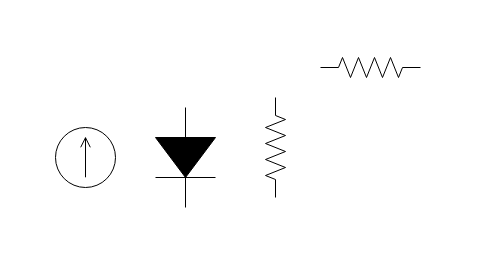
The draw.io diagram pv_eqv_ckt.drawio in imrashmi/draw.io, before the edit. Source tidied: cells renumbered, new cells numbered last; positions are measured from the earlier drawing's top-left corner, leaving out a move shared by most shapes. Both pictures are drawn from the tidied source at 100%, with x=0, y=0 at pixel (55, 57). Pictures stored in the file or linked from it are replaced by grey dashed boxes.
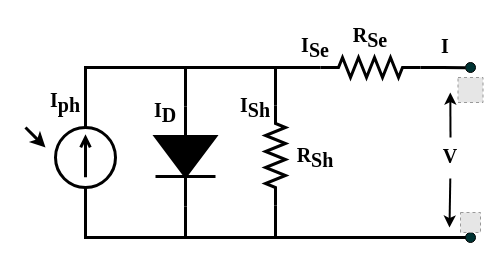
The same page after the edit.

Diff of the diagram source:
```diff
@@
+    <mxCell id="6" style="edgeStyle=orthogonalEdgeStyle;rounded=0;jettySize=auto;html=1;exitX=1;exitY=0.5;exitDx=0;exitDy=0;exitPerimeter=0;endArrow=none;endFill=0;strokeWidth=3;fontSize=20;" parent="1" edge="1" source="2">
+      <mxGeometry relative="1" as="geometry">
+        <mxPoint x="410" y="10.2" as="targetPoint" />
+      </mxGeometry>
+    </mxCell>
-    <mxCell id="2" style="verticalLabelPosition=bottom;shadow=0;dashed=0;align=center;html=1;verticalAlign=top;shape=mxgraph.electrical.resistors.resistor_2;" parent="1" vertex="1">
+    <mxCell id="2" style="verticalLabelPosition=bottom;shadow=0;dashed=0;align=center;html=1;verticalAlign=top;shape=mxgraph.electrical.resistors.resistor_2;strokeWidth=3;fontSize=20;" parent="1" vertex="1">
       <mxGeometry x="265" width="100" height="20" as="geometry" />
     </mxCell>
+    <mxCell id="7" style="edgeStyle=orthogonalEdgeStyle;rounded=0;jettySize=auto;html=1;exitX=0;exitY=0.5;exitDx=0;exitDy=0;exitPerimeter=0;endArrow=none;endFill=0;strokeWidth=3;fontSize=20;" parent="1" edge="1" source="3">
+      <mxGeometry relative="1" as="geometry">
+        <mxPoint x="220" y="10" as="targetPoint" />
+      </mxGeometry>
+    </mxCell>
+    <mxCell id="8" style="edgeStyle=orthogonalEdgeStyle;rounded=0;jettySize=auto;html=1;exitX=1;exitY=0.5;exitDx=0;exitDy=0;exitPerimeter=0;endArrow=none;endFill=0;strokeWidth=3;fontSize=20;" parent="1" edge="1" source="3">
+      <mxGeometry relative="1" as="geometry">
+        <mxPoint x="220" y="180" as="targetPoint" />
+      </mxGeometry>
+    </mxCell>
-    <mxCell id="3" style="verticalLabelPosition=bottom;shadow=0;dashed=0;align=center;html=1;verticalAlign=top;shape=mxgraph.electrical.resistors.resistor_2;direction=south;" parent="1" vertex="1">
-      <mxGeometry x="210" y="40" width="20" height="100" as="geometry" />
+    <mxCell id="3" style="verticalLabelPosition=bottom;shadow=0;dashed=0;align=center;html=1;verticalAlign=top;shape=mxgraph.electrical.resistors.resistor_2;direction=south;strokeWidth=3;fontSize=20;" parent="1" vertex="1">
+      <mxGeometry x="210" y="48" width="20" height="100" as="geometry" />
     </mxCell>
+    <mxCell id="9" style="edgeStyle=orthogonalEdgeStyle;rounded=0;jettySize=auto;html=1;exitX=0;exitY=0.5;exitDx=0;exitDy=0;exitPerimeter=0;endArrow=none;endFill=0;startArrow=none;startFill=0;strokeWidth=3;fontSize=20;" parent="1" edge="1" source="4">
+      <mxGeometry relative="1" as="geometry">
+        <mxPoint x="130" y="10" as="targetPoint" />
+      </mxGeometry>
+    </mxCell>
+    <mxCell id="10" style="edgeStyle=orthogonalEdgeStyle;rounded=0;jettySize=auto;html=1;exitX=1;exitY=0.5;exitDx=0;exitDy=0;exitPerimeter=0;endArrow=none;endFill=0;strokeWidth=3;fontSize=20;" parent="1" edge="1" source="4">
+      <mxGeometry relative="1" as="geometry">
+        <mxPoint x="130" y="180" as="targetPoint" />
+      </mxGeometry>
+    </mxCell>
-    <mxCell id="4" style="fillColor=strokeColor;verticalLabelPosition=bottom;shadow=0;dashed=0;align=center;html=1;verticalAlign=top;shape=mxgraph.electrical.diodes.diode;direction=south;" parent="1" vertex="1">
-      <mxGeometry x="100" y="50" width="60" height="100" as="geometry" />
+    <mxCell id="4" style="fillColor=strokeColor;verticalLabelPosition=bottom;shadow=0;dashed=0;align=center;html=1;verticalAlign=top;shape=mxgraph.electrical.diodes.diode;direction=south;strokeWidth=3;fontSize=20;" parent="1" vertex="1">
+      <mxGeometry x="100" y="49" width="60" height="100" as="geometry" />
     </mxCell>
+    <mxCell id="11" style="edgeStyle=orthogonalEdgeStyle;rounded=0;jettySize=auto;html=1;exitX=0;exitY=0.5;exitDx=0;exitDy=0;exitPerimeter=0;endArrow=none;endFill=0;strokeWidth=3;fontSize=20;" parent="1" edge="1" source="5">
+      <mxGeometry relative="1" as="geometry">
+        <mxPoint x="411" y="180" as="targetPoint" />
+        <Array as="points">
+          <mxPoint x="30" y="180" />
+          <mxPoint x="411" y="180" />
+        </Array>
+      </mxGeometry>
+    </mxCell>
-    <mxCell id="5" style="verticalLabelPosition=bottom;shadow=0;dashed=0;align=center;html=1;verticalAlign=top;shape=mxgraph.electrical.signal_sources.source;points=[[0.5,0,0],[1,0.5,0],[0.5,1,0],[0,0.5,0]];elSignalType=dc1;direction=north;" parent="1" vertex="1">
+    <mxCell id="5" style="verticalLabelPosition=bottom;shadow=0;dashed=0;align=center;html=1;verticalAlign=top;shape=mxgraph.electrical.signal_sources.source;points=[[0.5,0,0],[1,0.5,0],[0.5,1,0],[0,0.5,0]];elSignalType=dc1;direction=north;strokeWidth=3;fontSize=20;" parent="1" vertex="1">
       <mxGeometry y="70" width="60" height="60" as="geometry" />
     </mxCell>
+    <mxCell id="12" style="edgeStyle=orthogonalEdgeStyle;rounded=0;jettySize=auto;html=1;exitX=1;exitY=0.5;exitDx=0;exitDy=0;exitPerimeter=0;entryX=0;entryY=0.5;entryDx=0;entryDy=0;entryPerimeter=0;endArrow=none;endFill=0;strokeWidth=3;fontSize=20;" parent="1" edge="1" source="5" target="2">
+      <mxGeometry relative="1" as="geometry" />
+    </mxCell>
+    <mxCell id="13" value="&lt;font style=&quot;font-size: 20px;&quot; face=&quot;Times New Roman&quot;&gt;&lt;b style=&quot;font-size: 20px;&quot;&gt;I&lt;sub style=&quot;font-size: 20px;&quot;&gt;ph&lt;/sub&gt;&lt;/b&gt;&lt;/font&gt;" style="text;strokeColor=none;align=center;fillColor=none;html=1;verticalAlign=middle;whiteSpace=wrap;rounded=0;fontSize=20;" parent="1" vertex="1">
+      <mxGeometry x="-20" y="30" width="60" height="30" as="geometry" />
+    </mxCell>
+    <mxCell id="14" value="&lt;font style=&quot;font-size: 20px;&quot; face=&quot;Times New Roman&quot;&gt;&lt;b style=&quot;font-size: 20px;&quot;&gt;I&lt;sub style=&quot;font-size: 20px;&quot;&gt;D&lt;/sub&gt;&lt;/b&gt;&lt;/font&gt;" style="text;strokeColor=none;align=center;fillColor=none;html=1;verticalAlign=middle;whiteSpace=wrap;rounded=0;fontSize=20;" parent="1" vertex="1">
+      <mxGeometry x="80" y="35" width="60" height="40" as="geometry" />
+    </mxCell>
+    <mxCell id="15" value="&lt;font style=&quot;font-size: 20px;&quot; face=&quot;Times New Roman&quot;&gt;&lt;b style=&quot;font-size: 20px;&quot;&gt;I&lt;sub style=&quot;font-size: 20px;&quot;&gt;Se&lt;/sub&gt;&lt;/b&gt;&lt;/font&gt;" style="text;strokeColor=none;align=center;fillColor=none;html=1;verticalAlign=middle;whiteSpace=wrap;rounded=0;fontSize=20;" parent="1" vertex="1">
+      <mxGeometry x="230" y="-30" width="60" height="40" as="geometry" />
+    </mxCell>
+    <mxCell id="16" value="&lt;font style=&quot;font-size: 20px;&quot; face=&quot;Times New Roman&quot;&gt;&lt;b style=&quot;font-size: 20px;&quot;&gt;I&lt;sub style=&quot;font-size: 20px;&quot;&gt;Sh&lt;/sub&gt;&lt;/b&gt;&lt;/font&gt;" style="text;strokeColor=none;align=center;fillColor=none;html=1;verticalAlign=middle;whiteSpace=wrap;rounded=0;fontSize=20;" parent="1" vertex="1">
+      <mxGeometry x="170" y="30" width="60" height="40" as="geometry" />
+    </mxCell>
+    <mxCell id="17" value="&lt;font style=&quot;font-size: 20px;&quot; face=&quot;Times New Roman&quot;&gt;&lt;b style=&quot;font-size: 20px;&quot;&gt;R&lt;sub style=&quot;font-size: 20px;&quot;&gt;Se&lt;/sub&gt;&lt;/b&gt;&lt;/font&gt;" style="text;strokeColor=none;align=center;fillColor=none;html=1;verticalAlign=middle;whiteSpace=wrap;rounded=0;fontSize=20;" parent="1" vertex="1">
+      <mxGeometry x="285" y="-40" width="60" height="40" as="geometry" />
+    </mxCell>
+    <mxCell id="18" value="&lt;font style=&quot;font-size: 20px;&quot; face=&quot;Times New Roman&quot;&gt;&lt;b style=&quot;font-size: 20px;&quot;&gt;R&lt;sub style=&quot;font-size: 20px;&quot;&gt;Sh&lt;/sub&gt;&lt;/b&gt;&lt;/font&gt;" style="text;strokeColor=none;align=center;fillColor=none;html=1;verticalAlign=middle;whiteSpace=wrap;rounded=0;fontSize=20;" parent="1" vertex="1">
+      <mxGeometry x="230" y="80" width="60" height="40" as="geometry" />
+    </mxCell>
+    <mxCell id="19" value="&lt;font face=&quot;Times New Roman&quot;&gt;&lt;b&gt;V&lt;/b&gt;&lt;/font&gt;" style="text;strokeColor=none;align=center;fillColor=none;html=1;verticalAlign=middle;whiteSpace=wrap;rounded=0;fontSize=20;" parent="1" vertex="1">
+      <mxGeometry x="365" y="78" width="60" height="40" as="geometry" />
+    </mxCell>
+    <mxCell id="20" value="&lt;font face=&quot;Times New Roman&quot;&gt;&lt;b&gt;I&lt;/b&gt;&lt;/font&gt;&lt;div&gt;&lt;font face=&quot;Times New Roman&quot;&gt;&lt;b&gt;&lt;br&gt;&lt;/b&gt;&lt;/font&gt;&lt;/div&gt;" style="text;strokeColor=none;align=center;fillColor=none;html=1;verticalAlign=middle;whiteSpace=wrap;rounded=0;fontSize=20;" parent="1" vertex="1">
+      <mxGeometry x="360" y="-20" width="60" height="40" as="geometry" />
+    </mxCell>
+    <mxCell id="21" style="edgeStyle=none;orthogonalLoop=1;jettySize=auto;html=1;rounded=0;exitX=0.597;exitY=1.075;exitDx=0;exitDy=0;exitPerimeter=0;strokeWidth=2;" parent="1" edge="1">
+      <mxGeometry relative="1" as="geometry">
+        <mxPoint x="394.8" y="121" as="sourcePoint" />
+        <mxPoint x="394" y="170" as="targetPoint" />
+      </mxGeometry>
+    </mxCell>
+    <mxCell id="22" style="edgeStyle=none;orthogonalLoop=1;jettySize=auto;html=1;rounded=0;strokeWidth=2;" parent="1" edge="1">
+      <mxGeometry relative="1" as="geometry">
+        <mxPoint x="395" y="80" as="sourcePoint" />
+        <mxPoint x="394.8" y="35" as="targetPoint" />
+      </mxGeometry>
+    </mxCell>
+    <mxCell id="23" style="ellipse;whiteSpace=wrap;html=1;fillStyle=solid;fillColor=#003333;" parent="1" vertex="1">
+      <mxGeometry x="410" y="5" width="10" height="10" as="geometry" />
+    </mxCell>
+    <mxCell id="24" style="ellipse;whiteSpace=wrap;html=1;fillStyle=solid;fillColor=#003333;" parent="1" vertex="1">
+      <mxGeometry x="410" y="175" width="10" height="10" as="geometry" />
+    </mxCell>
+    <mxCell id="25" style="fillColor=#E6E6E6;strokeColor=#999999;dashed=1;html=1;verticalAlign=top;verticalLabelPosition=bottom;labelBackgroundColor=#ffffff;" parent="1" vertex="1">
+      <mxGeometry x="405" y="155" width="20" height="20" as="geometry" />
+    </mxCell>
+    <mxCell id="26" style="fillColor=#E6E6E6;strokeColor=#999999;dashed=1;html=1;verticalAlign=top;verticalLabelPosition=bottom;labelBackgroundColor=#ffffff;" parent="1" vertex="1">
+      <mxGeometry x="402.5" y="20" width="25" height="25" as="geometry" />
+    </mxCell>
+    <mxCell id="27" style="endArrow=classic;html=1;rounded=0;strokeWidth=3;" parent="1" edge="1">
+      <mxGeometry relative="1" as="geometry">
+        <mxPoint x="-30" y="70" as="sourcePoint" />
+        <mxPoint x="-10" y="90" as="targetPoint" />
+      </mxGeometry>
+    </mxCell>
```
